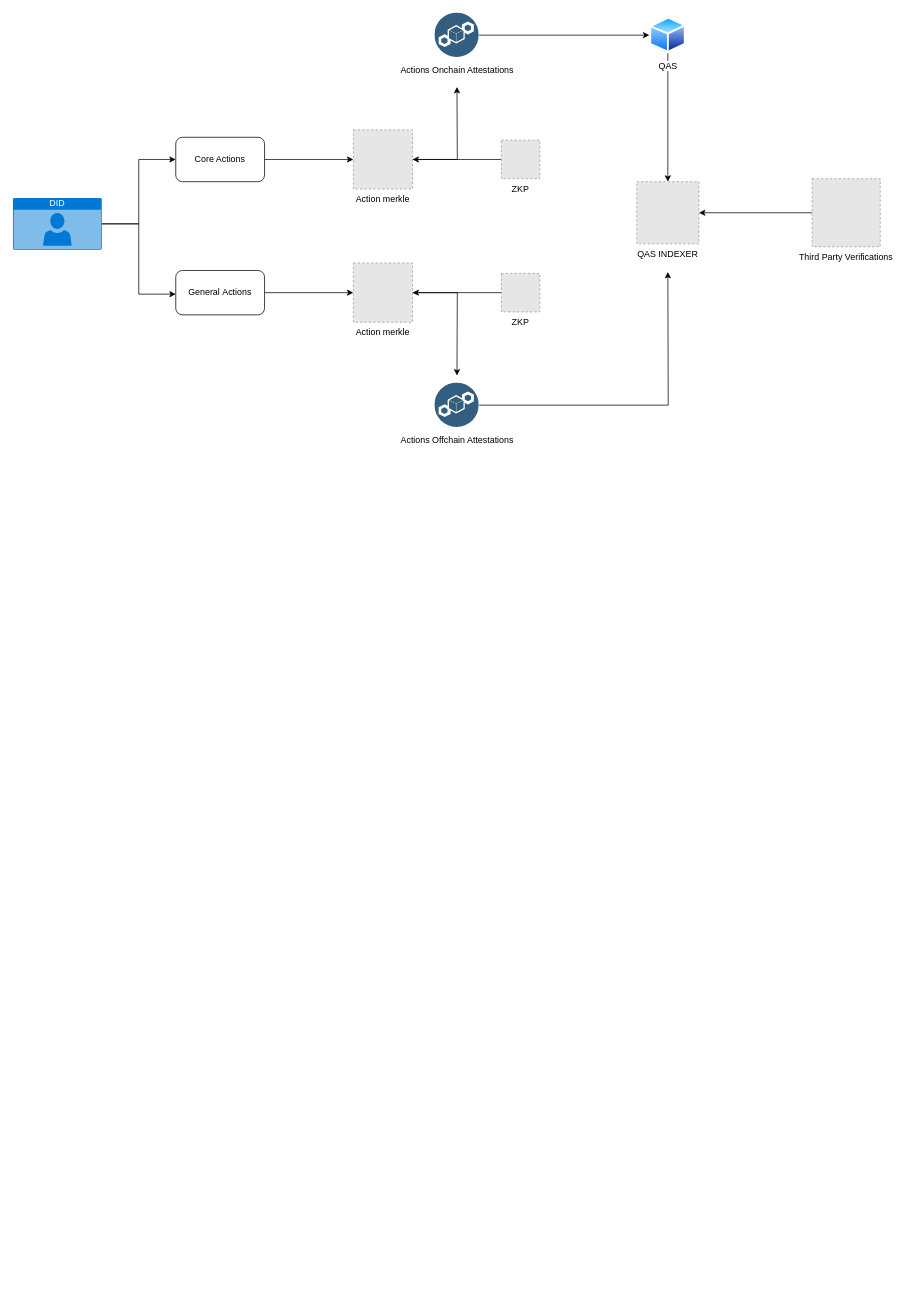
This is QuantiniumDID.drawio from ali-05-ahmed/Concept-Diagrams, a draw.io file, before an edit. Source tidied: cells renumbered, new cells numbered last; positions are measured from the earlier drawing's top-left corner, leaving out a move shared by most shapes. Both pictures are drawn from the tidied source at 74%, with x=0, y=0 at pixel (13, 13). Pictures stored in the file or linked from it are replaced by grey dashed boxes.
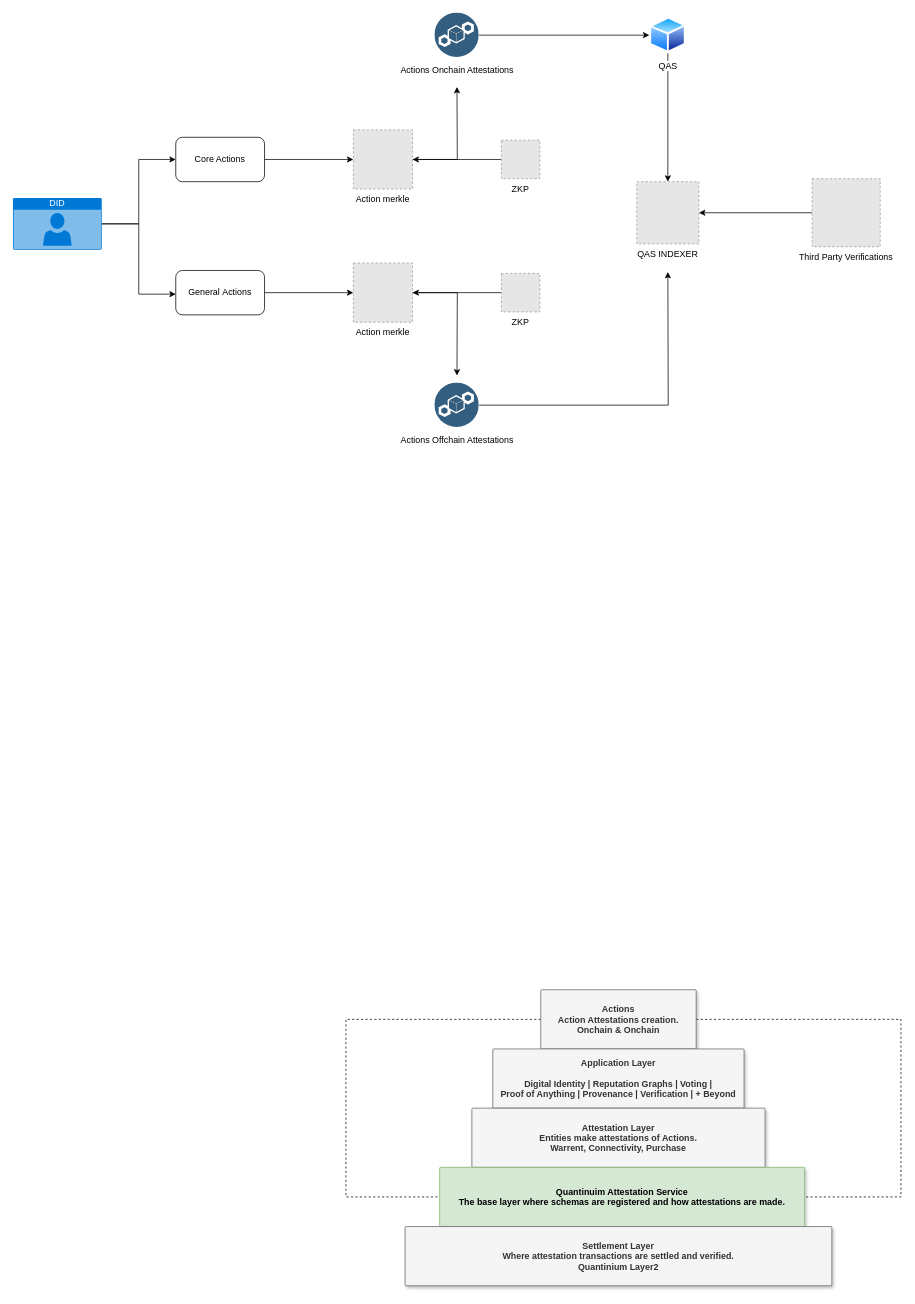
After the change.

Diff of the diagram source:
```diff
@@
+    <mxCell id="26" style="edgeStyle=orthogonalEdgeStyle;rounded=0;jettySize=auto;html=1;entryX=1;entryY=0.5;entryDx=0;entryDy=0;dashed=1;endArrow=none;endFill=0;" parent="1" edge="1" source="28" target="31">
+      <mxGeometry relative="1" as="geometry">
+        <Array as="points">
+          <mxPoint x="1200" y="1360" />
+          <mxPoint x="1200" y="1600" />
+        </Array>
+      </mxGeometry>
+    </mxCell>
+    <mxCell id="27" style="edgeStyle=orthogonalEdgeStyle;rounded=0;jettySize=auto;html=1;entryX=0;entryY=0.5;entryDx=0;entryDy=0;endArrow=none;endFill=0;dashed=1;" parent="1" edge="1" source="28" target="31">
+      <mxGeometry relative="1" as="geometry">
+        <Array as="points">
+          <mxPoint x="450" y="1360" />
+          <mxPoint x="450" y="1600" />
+        </Array>
+      </mxGeometry>
+    </mxCell>
+    <mxCell id="28" value="Actions&#10;Action Attestations creation.&#10;Onchain &amp; Onchain" style="strokeColor=#666666;shadow=1;strokeWidth=1;rounded=1;absoluteArcSize=1;arcSize=2;fillColor=#f5f5f5;fontColor=#333333;fontStyle=1;" parent="1" vertex="1">
+      <mxGeometry x="713.3" y="1320" width="210" height="80" as="geometry" />
+    </mxCell>
+    <mxCell id="29" value="Application Layer&#10;&#10;Digital Identity | Reputation Graphs | Voting |&#10;Proof of Anything | Provenance | Verification | + Beyond" style="strokeColor=#666666;shadow=1;strokeWidth=1;rounded=1;absoluteArcSize=1;arcSize=2;fillColor=#f5f5f5;fontColor=#333333;fontStyle=1;" parent="1" vertex="1">
+      <mxGeometry x="648.5" y="1400" width="339.5" height="80" as="geometry" />
+    </mxCell>
+    <mxCell id="30" value="Attestation Layer&#10;Entities make attestations of Actions.&#10;Warrent, Connectivity, Purchase" style="strokeColor=#666666;shadow=1;strokeWidth=1;rounded=1;absoluteArcSize=1;arcSize=2;fillColor=#f5f5f5;fontColor=#333333;fontStyle=1;" parent="1" vertex="1">
+      <mxGeometry x="620.2" y="1480" width="396.2" height="80" as="geometry" />
+    </mxCell>
+    <mxCell id="31" value="Quantinuim Attestation Service&#10;The base layer where schemas are registered and how attestations are made." style="strokeColor=#82b366;shadow=1;strokeWidth=1;rounded=1;absoluteArcSize=1;arcSize=2;fillColor=#d5e8d4;fontStyle=1;" parent="1" vertex="1">
+      <mxGeometry x="576.7" y="1560" width="493.1" height="80" as="geometry" />
+    </mxCell>
+    <mxCell id="32" value="Settlement Layer&#10;Where attestation transactions are settled and verified.&#10;Quantinium Layer2" style="strokeColor=#666666;shadow=1;strokeWidth=1;rounded=1;absoluteArcSize=1;arcSize=2;fillColor=#f5f5f5;fontColor=#333333;fontStyle=1;" parent="1" vertex="1">
+      <mxGeometry x="530" y="1640" width="576.6" height="80" as="geometry" />
+    </mxCell>
```
